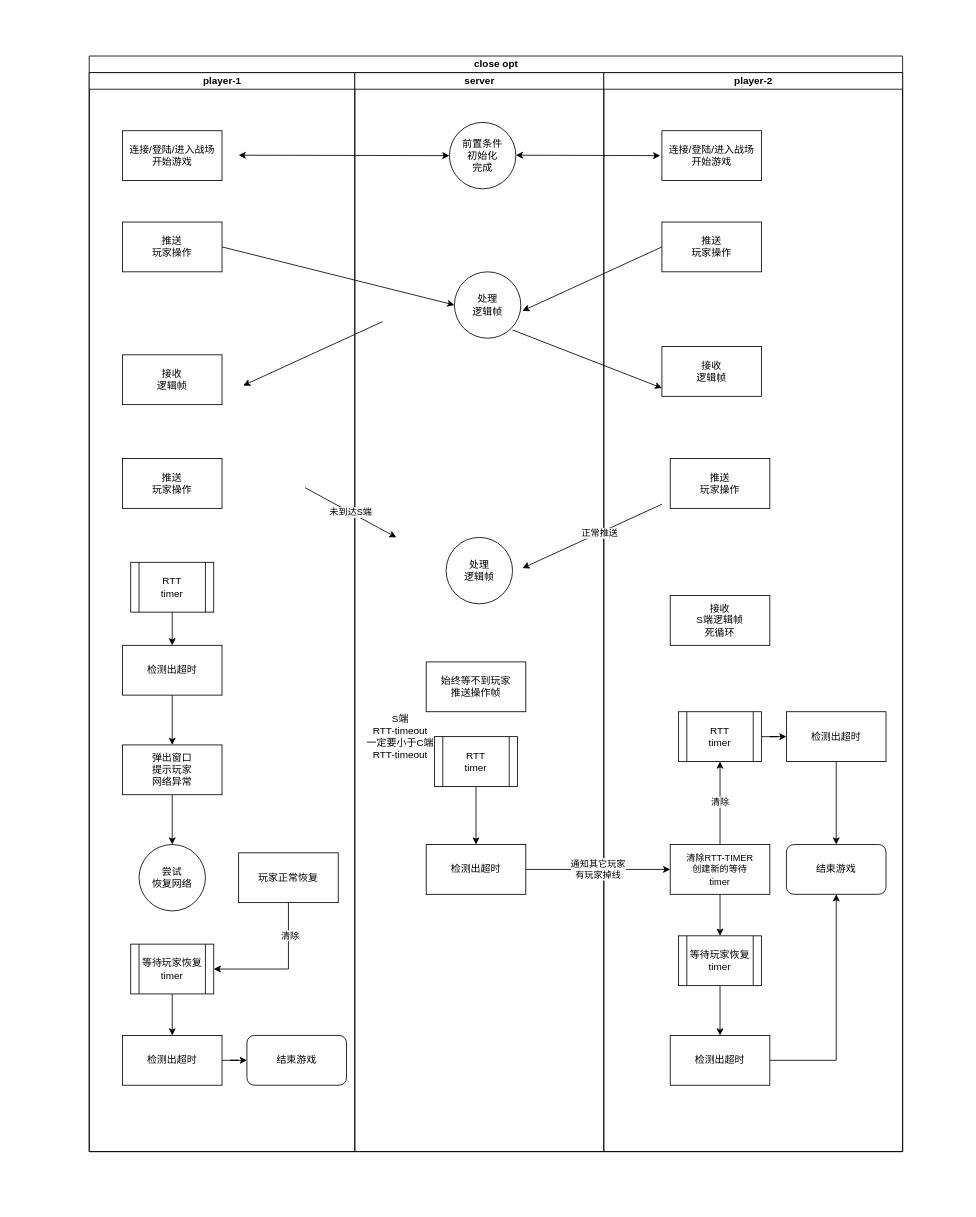
mqzhifu/drawpic keeps this draw.io diagram as 帧同步-Player-双方-close.drawio. Above is the earlier version. Source tidied: cells renumbered, new cells numbered last; positions are measured from the earlier drawing's top-left corner, leaving out a move shared by most shapes. Both pictures are drawn from the tidied source at 83%, with x=0, y=0 at pixel (89, 56).
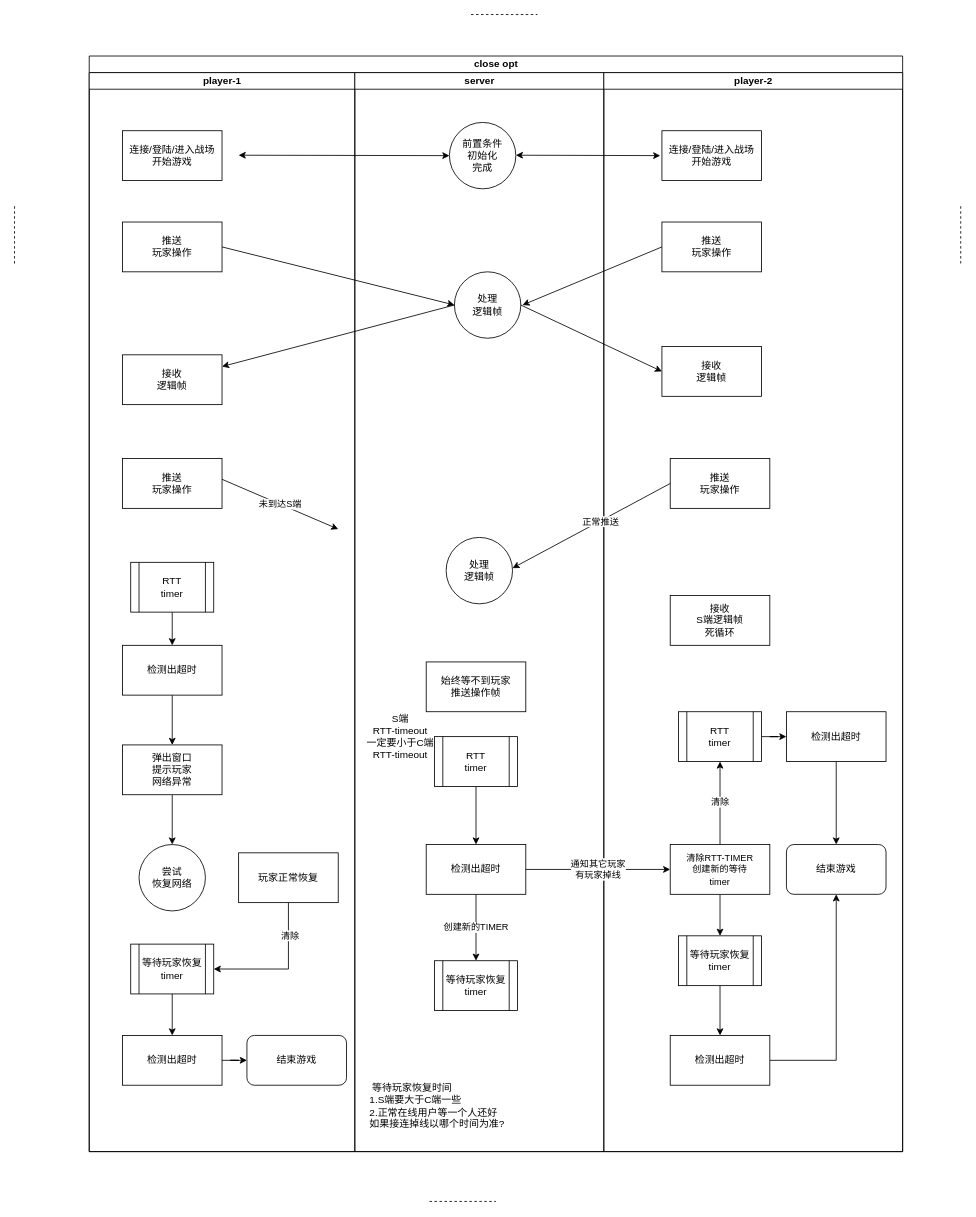
After the change.

Commit message:
Update 帧同步-Player-双方-close.drawio

The change refers to these unchanged cells:
```xml
<mxCell id="2" value="close opt" style="swimlane;html=1;startSize=20;" parent="1" vertex="1">
  <mxGeometry width="980" height="1320" as="geometry" />
</mxCell>
<mxCell id="3" value="player-1" style="swimlane;html=1;startSize=20;" parent="2" vertex="1">
  <mxGeometry y="20" width="320" height="1300" as="geometry" />
</mxCell>
<mxCell id="7" value="接收&lt;br&gt;逻辑帧" style="rounded=0;whiteSpace=wrap;html=1;" parent="3" vertex="1">
  <mxGeometry x="40" y="340" width="120" height="60" as="geometry" />
</mxCell>
<mxCell id="25" value="server" style="swimlane;html=1;startSize=20;" parent="2" vertex="1">
  <mxGeometry x="320" y="20" width="300" height="1300" as="geometry" />
</mxCell>
<mxCell id="27" value="处理&lt;br&gt;逻辑帧" style="ellipse;whiteSpace=wrap;html=1;" parent="25" vertex="1">
  <mxGeometry x="120" y="240" width="80" height="80" as="geometry" />
</mxCell>
<mxCell id="32" value="检测出超时" style="rounded=0;whiteSpace=wrap;html=1;" parent="25" vertex="1">
  <mxGeometry x="86" y="930" width="120" height="60" as="geometry" />
</mxCell>
<mxCell id="35" value="player-2" style="swimlane;html=1;startSize=20;" parent="2" vertex="1">
  <mxGeometry x="620" y="20" width="360" height="1300" as="geometry" />
</mxCell>
<mxCell id="40" value="接收&lt;br&gt;逻辑帧" style="rounded=0;whiteSpace=wrap;html=1;" parent="35" vertex="1">
  <mxGeometry x="70" y="330" width="120" height="60" as="geometry" />
</mxCell>
<mxCell id="42" value="推送&lt;br&gt;玩家操作" style="rounded=0;whiteSpace=wrap;html=1;" parent="35" vertex="1">
  <mxGeometry x="80" y="465" width="120" height="60" as="geometry" />
</mxCell>
```

Change to the diagram source:
```diff
@@
-    <mxCell id="8" style="endArrow=classic;html=1;entryX=1.025;entryY=0.588;entryDx=0;entryDy=0;entryPerimeter=0;" parent="3" edge="1">
-      <mxGeometry relative="1" as="geometry">
-        <mxPoint x="353.5" y="300" as="sourcePoint" />
-        <mxPoint x="185.5" y="377" as="targetPoint" />
-      </mxGeometry>
-    </mxCell>
@@
+    <mxCell id="29" value="未到达S端" style="endArrow=classic;html=1;exitX=1;exitY=0.5;exitDx=0;exitDy=0;" parent="3" edge="1">
+      <mxGeometry relative="1" as="geometry">
+        <mxPoint x="160" y="490" as="sourcePoint" />
+        <mxPoint x="300" y="550" as="targetPoint" />
+      </mxGeometry>
+    </mxCell>
@@
-    <mxCell id="29" value="未到达S端" style="endArrow=classic;html=1;exitX=1;exitY=0.5;exitDx=0;exitDy=0;" parent="25" edge="1">
-      <mxGeometry relative="1" as="geometry">
-        <mxPoint x="-60" y="500" as="sourcePoint" />
-        <mxPoint x="50" y="560" as="targetPoint" />
-      </mxGeometry>
-    </mxCell>
@@
+    <mxCell id="61" value="创建新的TIMER" style="edgeStyle=orthogonalEdgeStyle;rounded=0;jettySize=auto;html=1;" parent="25" edge="1" source="32" target="63">
+      <mxGeometry relative="1" as="geometry" />
+    </mxCell>
@@
+    <mxCell id="62" value="&amp;nbsp;等待玩家恢复时间&lt;br&gt;1.S端要大于C端一些&lt;br&gt;2.正常在线用户等一个人还好&lt;br&gt;如果接连掉线以哪个时间为准?" style="text;html=1;strokeColor=none;fillColor=none;align=left;verticalAlign=middle;whiteSpace=wrap;rounded=0;" parent="25" vertex="1">
+      <mxGeometry x="16" y="1200" width="174" height="90" as="geometry" />
+    </mxCell>
+    <mxCell id="63" value="等待玩家恢复&lt;br&gt;timer" style="shape=process;whiteSpace=wrap;html=1;backgroundOutline=1;" parent="25" vertex="1">
+      <mxGeometry x="96" y="1070" width="100" height="60" as="geometry" />
+    </mxCell>
@@
-    <mxCell id="39" style="endArrow=classic;html=1;entryX=1.025;entryY=0.588;entryDx=0;entryDy=0;entryPerimeter=0;" parent="35" edge="1" target="27">
+    <mxCell id="39" style="endArrow=classic;html=1;" parent="35" edge="1">
       <mxGeometry relative="1" as="geometry">
         <mxPoint x="70" y="210" as="sourcePoint" />
+        <mxPoint x="-98" y="280" as="targetPoint" />
       </mxGeometry>
     </mxCell>
@@
-    <mxCell id="41" style="endArrow=classic;html=1;entryX=0;entryY=0.5;entryDx=0;entryDy=0;exitX=1;exitY=0.5;exitDx=0;exitDy=0;" parent="35" edge="1">
-      <mxGeometry relative="1" as="geometry">
-        <mxPoint x="-110" y="310" as="sourcePoint" />
-        <mxPoint x="70" y="380" as="targetPoint" />
-      </mxGeometry>
-    </mxCell>
@@
-    <mxCell id="43" style="endArrow=classic;html=1;entryX=1.025;entryY=0.588;entryDx=0;entryDy=0;entryPerimeter=0;" parent="35" edge="1">
+    <mxCell id="43" style="endArrow=classic;html=1;exitX=0;exitY=0.5;exitDx=0;exitDy=0;" parent="35" edge="1" source="42">
       <mxGeometry relative="1" as="geometry">
-        <mxPoint x="70" y="520" as="sourcePoint" />
-        <mxPoint x="-98" y="597" as="targetPoint" />
+        <mxPoint x="-110" y="597" as="targetPoint" />
       </mxGeometry>
     </mxCell>
@@
+    <mxCell id="8" style="endArrow=classic;html=1;exitX=0;exitY=0.5;exitDx=0;exitDy=0;" parent="2" edge="1" source="27" target="7">
+      <mxGeometry relative="1" as="geometry" />
+    </mxCell>
+    <mxCell id="41" style="endArrow=classic;html=1;entryX=0;entryY=0.5;entryDx=0;entryDy=0;exitX=1;exitY=0.5;exitDx=0;exitDy=0;" parent="2" edge="1" source="27" target="40">
+      <mxGeometry relative="1" as="geometry" />
+    </mxCell>
+    <mxCell id="64" style="endArrow=none;dashed=1;html=1;" parent="1" edge="1">
+      <mxGeometry relative="1" as="geometry">
+        <mxPoint x="-90" y="250" as="sourcePoint" />
+        <mxPoint x="-90" y="180" as="targetPoint" />
+      </mxGeometry>
+    </mxCell>
+    <mxCell id="65" style="endArrow=none;dashed=1;html=1;" parent="1" edge="1">
+      <mxGeometry relative="1" as="geometry">
+        <mxPoint x="460" y="-50" as="sourcePoint" />
+        <mxPoint x="540" y="-50" as="targetPoint" />
+      </mxGeometry>
+    </mxCell>
+    <mxCell id="66" style="endArrow=none;dashed=1;html=1;" parent="1" edge="1">
+      <mxGeometry relative="1" as="geometry">
+        <mxPoint x="1050" y="250" as="sourcePoint" />
+        <mxPoint x="1050" y="180" as="targetPoint" />
+      </mxGeometry>
+    </mxCell>
+    <mxCell id="67" style="endArrow=none;dashed=1;html=1;" parent="1" edge="1">
+      <mxGeometry relative="1" as="geometry">
+        <mxPoint x="410" y="1380" as="sourcePoint" />
+        <mxPoint x="490" y="1380" as="targetPoint" />
+      </mxGeometry>
+    </mxCell>
```
